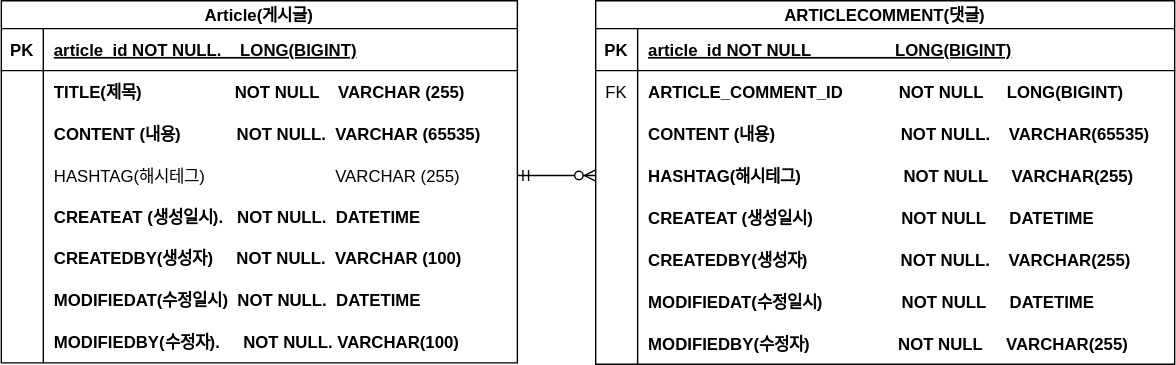
harrybark/tomatolog keeps this draw.io diagram as documents/board-erd.svg. Above is the earlier version. Source tidied: cells renumbered, new cells last; positions are measured from the earlier drawing's top-left corner, leaving out a move shared by most shapes.
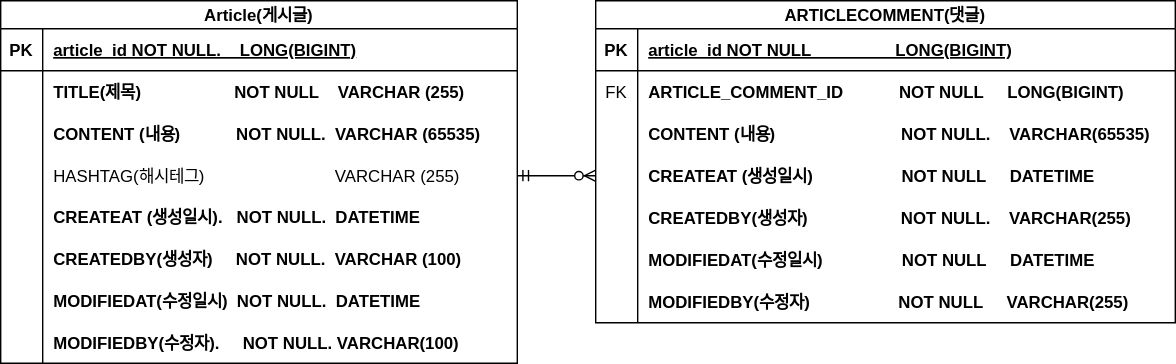
After the change.

Commit message:
#8- ERD 수정 : comment에 Hashtag 제거

What changed in the source:
```diff
@@ -78,7 +78,7 @@
       <mxGeometry x="30" width="339" height="30" as="geometry" />
     </mxCell>
     <mxCell id="27" value="ARTICLECOMMENT(댓글)" style="shape=table;startSize=20;rowLines=0;fontStyle=1;align=center;" parent="1" vertex="1">
-      <mxGeometry x="425" width="414" height="260" as="geometry" />
+      <mxGeometry x="425" width="414" height="230" as="geometry" />
     </mxCell>
     <mxCell id="28" style="shape=partialRectangle;fillColor=none;top=0;left=0;right=0;bottom=1;" parent="27" vertex="1">
       <mxGeometry y="20" width="414" height="30" as="geometry" />
@@ -107,17 +107,8 @@
     <mxCell id="36" value="CONTENT (내용)                           NOT NULL.    VARCHAR(65535)" style="shape=partialRectangle;overflow=hidden;fillColor=none;top=0;left=0;bottom=0;right=0;align=left;spacingLeft=6;fontStyle=1;" parent="34" vertex="1">
       <mxGeometry x="30" width="384" height="30" as="geometry" />
     </mxCell>
-    <mxCell id="37" style="shape=partialRectangle;fillColor=none;points=[[0,0.5],[1,0.5]];portConstraint=eastwest;top=0;left=0;right=0;bottom=0;" parent="27" vertex="1">
-      <mxGeometry y="110" width="414" height="30" as="geometry" />
-    </mxCell>
-    <mxCell id="38" style="shape=partialRectangle;overflow=hidden;fillColor=none;top=0;left=0;bottom=0;right=0;" parent="37" vertex="1">
-      <mxGeometry width="30" height="30" as="geometry" />
-    </mxCell>
-    <mxCell id="39" value="HASHTAG(해시테그)                      NOT NULL     VARCHAR(255)" style="shape=partialRectangle;overflow=hidden;fillColor=none;top=0;left=0;bottom=0;right=0;align=left;spacingLeft=6;fontStyle=1;" parent="37" vertex="1">
-      <mxGeometry x="30" width="384" height="30" as="geometry" />
-    </mxCell>
     <mxCell id="40" style="shape=partialRectangle;fillColor=none;top=0;left=0;right=0;bottom=0;" parent="27" vertex="1">
-      <mxGeometry y="140" width="414" height="30" as="geometry" />
+      <mxGeometry y="110" width="414" height="30" as="geometry" />
     </mxCell>
     <mxCell id="41" style="shape=partialRectangle;overflow=hidden;fillColor=none;top=0;left=0;bottom=0;right=0;" parent="40" vertex="1">
       <mxGeometry width="30" height="30" as="geometry" />
@@ -126,7 +117,7 @@
       <mxGeometry x="30" width="384" height="30" as="geometry" />
     </mxCell>
     <mxCell id="43" style="shape=partialRectangle;fillColor=none;top=0;left=0;right=0;bottom=0;" parent="27" vertex="1">
-      <mxGeometry y="170" width="414" height="30" as="geometry" />
+      <mxGeometry y="140" width="414" height="30" as="geometry" />
     </mxCell>
     <mxCell id="44" style="shape=partialRectangle;overflow=hidden;fillColor=none;top=0;left=0;bottom=0;right=0;" parent="43" vertex="1">
       <mxGeometry width="30" height="30" as="geometry" />
@@ -135,7 +126,7 @@
       <mxGeometry x="30" width="384" height="30" as="geometry" />
     </mxCell>
     <mxCell id="46" style="shape=partialRectangle;fillColor=none;top=0;left=0;right=0;bottom=0;" parent="27" vertex="1">
-      <mxGeometry y="200" width="414" height="30" as="geometry" />
+      <mxGeometry y="170" width="414" height="30" as="geometry" />
     </mxCell>
     <mxCell id="47" style="shape=partialRectangle;overflow=hidden;fillColor=none;top=0;left=0;bottom=0;right=0;" parent="46" vertex="1">
       <mxGeometry width="30" height="30" as="geometry" />
@@ -144,7 +135,7 @@
       <mxGeometry x="30" width="384" height="30" as="geometry" />
     </mxCell>
     <mxCell id="49" style="shape=partialRectangle;fillColor=none;top=0;left=0;right=0;bottom=0;" parent="27" vertex="1">
-      <mxGeometry y="230" width="414" height="30" as="geometry" />
+      <mxGeometry y="200" width="414" height="30" as="geometry" />
     </mxCell>
     <mxCell id="50" style="shape=partialRectangle;overflow=hidden;fillColor=none;top=0;left=0;bottom=0;right=0;" parent="49" vertex="1">
       <mxGeometry width="30" height="30" as="geometry" />
@@ -152,8 +143,10 @@
     <mxCell id="51" value="MODIFIEDBY(수정자)                   NOT NULL     VARCHAR(255)" style="shape=partialRectangle;overflow=hidden;fillColor=none;top=0;left=0;bottom=0;right=0;align=left;spacingLeft=6;fontStyle=1;" parent="49" vertex="1">
       <mxGeometry x="30" width="384" height="30" as="geometry" />
     </mxCell>
-    <mxCell id="52" style="fontSize=12;html=1;endArrow=ERzeroToMany;startArrow=ERmandOne;rounded=0;exitX=1;exitY=0.5;exitDx=0;exitDy=0;entryX=0;entryY=0.5;entryDx=0;entryDy=0;" parent="1" edge="1" source="12" target="37">
-      <mxGeometry relative="1" as="geometry" />
+    <mxCell id="52" style="fontSize=12;html=1;endArrow=ERzeroToMany;startArrow=ERmandOne;rounded=0;exitX=1;exitY=0.5;exitDx=0;exitDy=0;entryX=0;entryY=0.5;entryDx=0;entryDy=0;" parent="1" edge="1" source="12">
+      <mxGeometry relative="1" as="geometry">
+        <mxPoint x="425" y="125" as="targetPoint" />
+      </mxGeometry>
     </mxCell>
   </root>
 </mxGraphModel>
```
